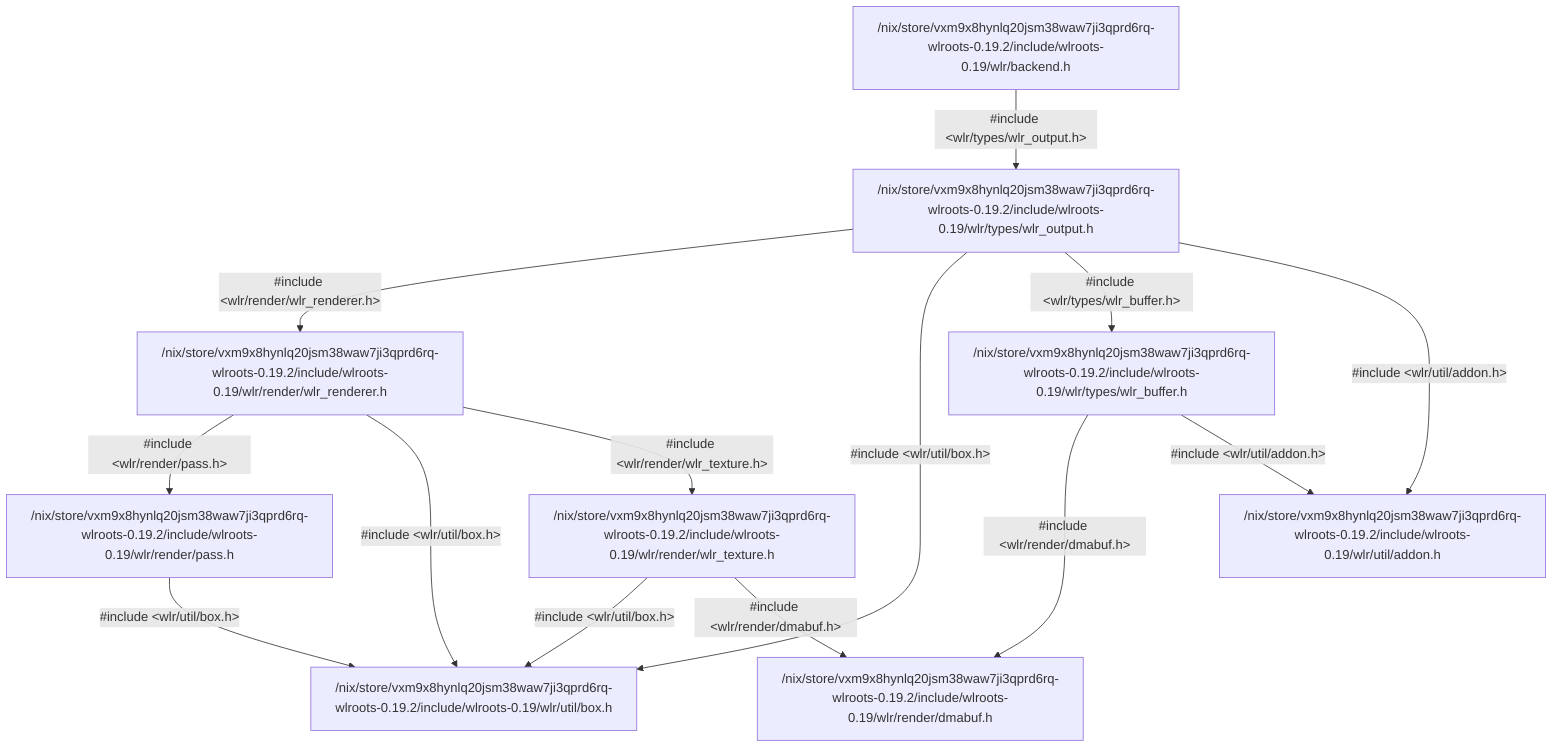
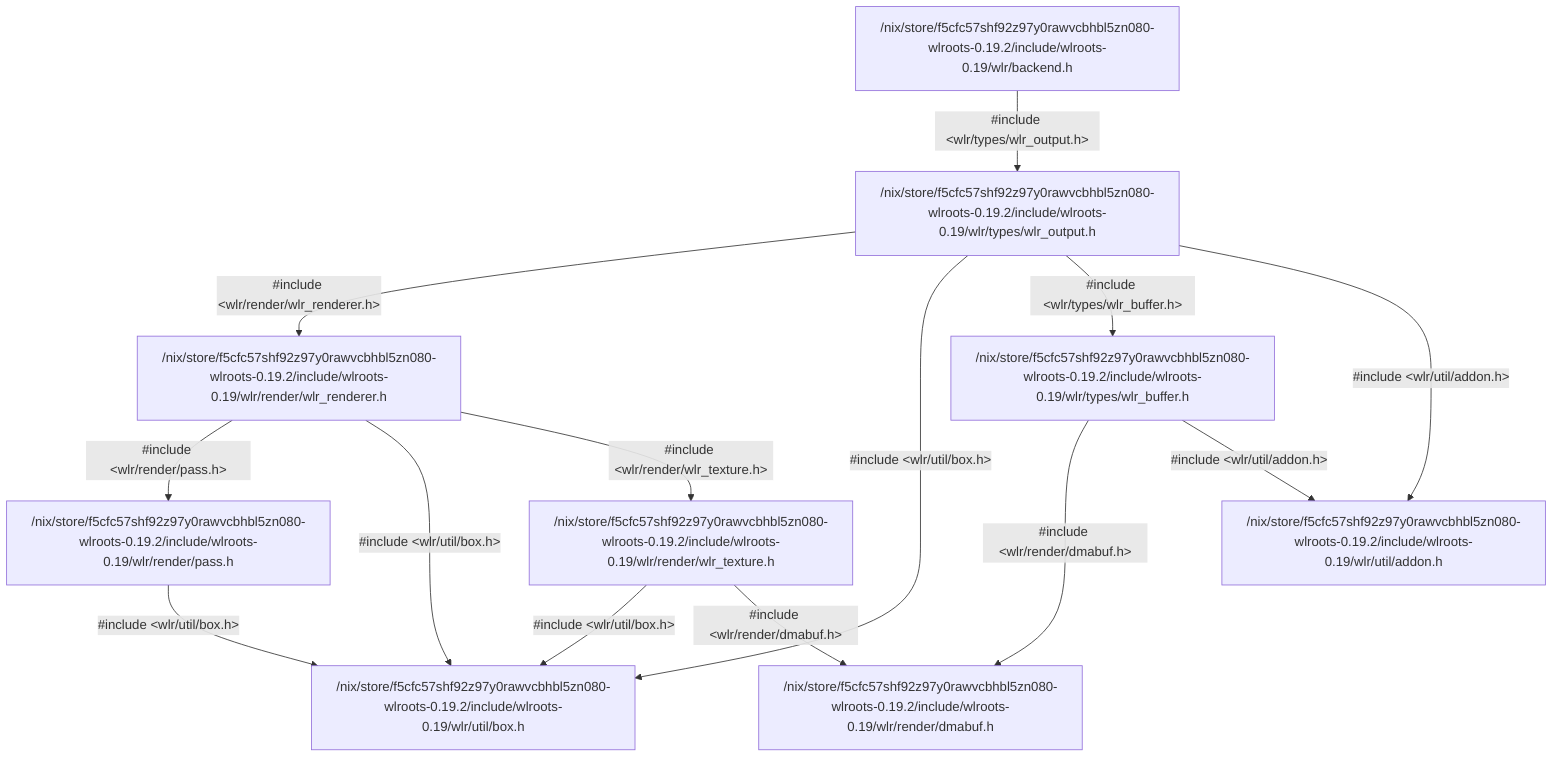
graph TD;
-   v0["/nix/store/vxm9x8hynlq20jsm38waw7ji3qprd6rq-wlroots-0.19.2/include/wlroots-0.19/wlr/backend.h"]
-   v72["/nix/store/vxm9x8hynlq20jsm38waw7ji3qprd6rq-wlroots-0.19.2/include/wlroots-0.19/wlr/render/dmabuf.h"]
-   v69["/nix/store/vxm9x8hynlq20jsm38waw7ji3qprd6rq-wlroots-0.19.2/include/wlroots-0.19/wlr/render/pass.h"]
-   v68["/nix/store/vxm9x8hynlq20jsm38waw7ji3qprd6rq-wlroots-0.19.2/include/wlroots-0.19/wlr/render/wlr_renderer.h"]
-   v71["/nix/store/vxm9x8hynlq20jsm38waw7ji3qprd6rq-wlroots-0.19.2/include/wlroots-0.19/wlr/render/wlr_texture.h"]
-   v73["/nix/store/vxm9x8hynlq20jsm38waw7ji3qprd6rq-wlroots-0.19.2/include/wlroots-0.19/wlr/types/wlr_buffer.h"]
-   v56["/nix/store/vxm9x8hynlq20jsm38waw7ji3qprd6rq-wlroots-0.19.2/include/wlroots-0.19/wlr/types/wlr_output.h"]
-   v74["/nix/store/vxm9x8hynlq20jsm38waw7ji3qprd6rq-wlroots-0.19.2/include/wlroots-0.19/wlr/util/addon.h"]
-   v70["/nix/store/vxm9x8hynlq20jsm38waw7ji3qprd6rq-wlroots-0.19.2/include/wlroots-0.19/wlr/util/box.h"]
-   v0-->|"#include &lt;wlr/types/wlr_output.h&gt;"|v56
-   v56-->|"#include &lt;wlr/render/wlr_renderer.h&gt;"|v68
-   v68-->|"#include &lt;wlr/render/pass.h&gt;"|v69
-   v56-->|"#include &lt;wlr/util/box.h&gt;"|v70
-   v68-->|"#include &lt;wlr/util/box.h&gt;"|v70
-   v69-->|"#include &lt;wlr/util/box.h&gt;"|v70
-   v71-->|"#include &lt;wlr/util/box.h&gt;"|v70
-   v68-->|"#include &lt;wlr/render/wlr_texture.h&gt;"|v71
-   v71-->|"#include &lt;wlr/render/dmabuf.h&gt;"|v72
-   v73-->|"#include &lt;wlr/render/dmabuf.h&gt;"|v72
-   v56-->|"#include &lt;wlr/types/wlr_buffer.h&gt;"|v73
-   v56-->|"#include &lt;wlr/util/addon.h&gt;"|v74
-   v73-->|"#include &lt;wlr/util/addon.h&gt;"|v74
+   v0["/nix/store/f5cfc57shf92z97y0rawvcbhbl5zn080-wlroots-0.19.2/include/wlroots-0.19/wlr/backend.h"]
+   v90["/nix/store/f5cfc57shf92z97y0rawvcbhbl5zn080-wlroots-0.19.2/include/wlroots-0.19/wlr/render/dmabuf.h"]
+   v87["/nix/store/f5cfc57shf92z97y0rawvcbhbl5zn080-wlroots-0.19.2/include/wlroots-0.19/wlr/render/pass.h"]
+   v86["/nix/store/f5cfc57shf92z97y0rawvcbhbl5zn080-wlroots-0.19.2/include/wlroots-0.19/wlr/render/wlr_renderer.h"]
+   v89["/nix/store/f5cfc57shf92z97y0rawvcbhbl5zn080-wlroots-0.19.2/include/wlroots-0.19/wlr/render/wlr_texture.h"]
+   v91["/nix/store/f5cfc57shf92z97y0rawvcbhbl5zn080-wlroots-0.19.2/include/wlroots-0.19/wlr/types/wlr_buffer.h"]
+   v75["/nix/store/f5cfc57shf92z97y0rawvcbhbl5zn080-wlroots-0.19.2/include/wlroots-0.19/wlr/types/wlr_output.h"]
+   v92["/nix/store/f5cfc57shf92z97y0rawvcbhbl5zn080-wlroots-0.19.2/include/wlroots-0.19/wlr/util/addon.h"]
+   v88["/nix/store/f5cfc57shf92z97y0rawvcbhbl5zn080-wlroots-0.19.2/include/wlroots-0.19/wlr/util/box.h"]
+   v0-->|"#include &lt;wlr/types/wlr_output.h&gt;"|v75
+   v75-->|"#include &lt;wlr/render/wlr_renderer.h&gt;"|v86
+   v86-->|"#include &lt;wlr/render/pass.h&gt;"|v87
+   v75-->|"#include &lt;wlr/util/box.h&gt;"|v88
+   v86-->|"#include &lt;wlr/util/box.h&gt;"|v88
+   v87-->|"#include &lt;wlr/util/box.h&gt;"|v88
+   v89-->|"#include &lt;wlr/util/box.h&gt;"|v88
+   v86-->|"#include &lt;wlr/render/wlr_texture.h&gt;"|v89
+   v89-->|"#include &lt;wlr/render/dmabuf.h&gt;"|v90
+   v91-->|"#include &lt;wlr/render/dmabuf.h&gt;"|v90
+   v75-->|"#include &lt;wlr/types/wlr_buffer.h&gt;"|v91
+   v75-->|"#include &lt;wlr/util/addon.h&gt;"|v92
+   v91-->|"#include &lt;wlr/util/addon.h&gt;"|v92
